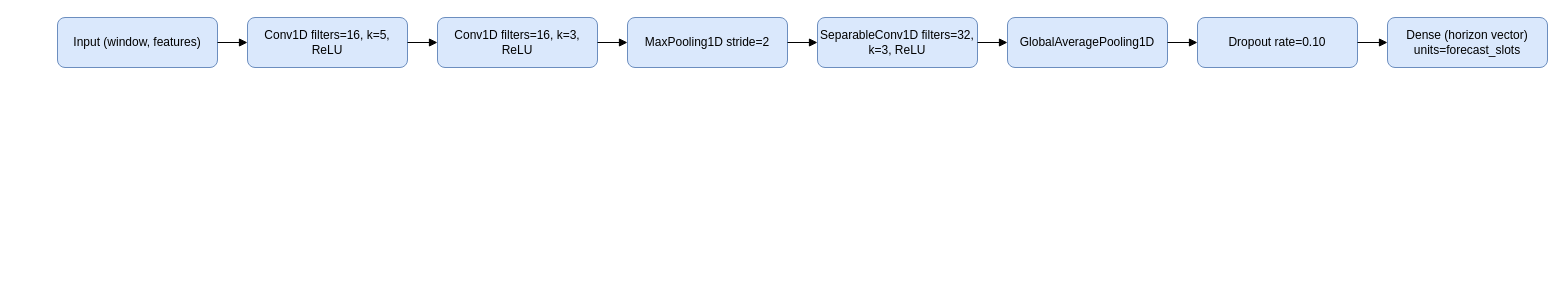
This is page "1D CNN Model" (7 of 9) of tinyml_home_weather_forecasting.drawio from rishi-latchmepersad/TinyML-Home-Weather-Forecasting, a draw.io file, before an edit. Source tidied: cells renumbered, new cells numbered last; positions are measured from the earlier drawing's top-left corner, leaving out a move shared by most shapes. Both pictures are drawn from the tidied source at 100%, with x=0, y=0 at pixel (57, 17).
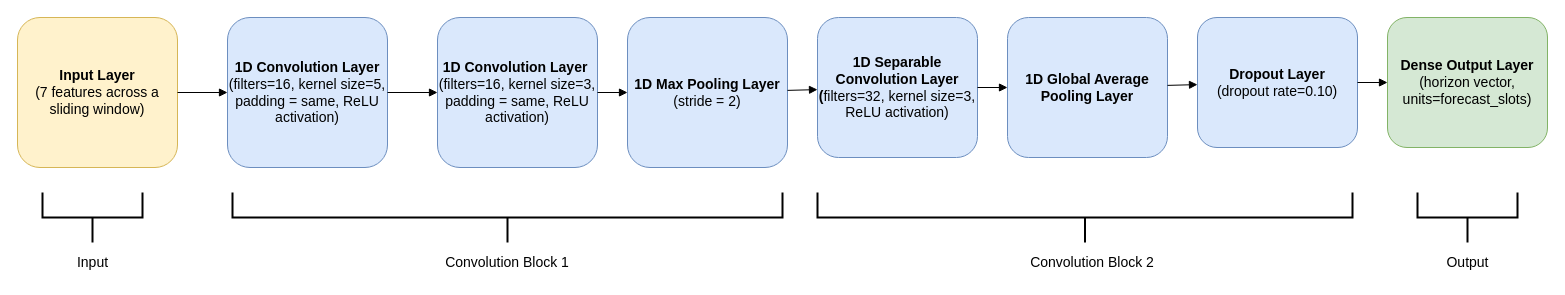
Above is the later version.

Change to the diagram source:
```diff
@@
-    <mxCell id="2" value="Input (window, features)" style="rounded=1;whiteSpace=wrap;html=1;fillColor=#dae8fc;strokeColor=#6c8ebf;" parent="1" vertex="1">
-      <mxGeometry width="160" height="50" as="geometry" />
+    <mxCell id="2" value="&lt;b&gt;Input Layer&lt;/b&gt;&lt;div&gt;(7 features across a sliding window)&lt;/div&gt;" style="rounded=1;whiteSpace=wrap;html=1;fillColor=#fff2cc;strokeColor=#d6b656;fontSize=14;" parent="1" vertex="1">
+      <mxGeometry x="-40" width="160" height="150" as="geometry" />
     </mxCell>
-    <mxCell id="3" value="Conv1D filters=16, k=5, ReLU" style="rounded=1;whiteSpace=wrap;html=1;fillColor=#dae8fc;strokeColor=#6c8ebf;" parent="1" vertex="1">
-      <mxGeometry x="190" width="160" height="50" as="geometry" />
+    <mxCell id="3" value="&lt;b&gt;1D Convolution Layer&lt;/b&gt; (filters=16, kernel size=5, padding = same, ReLU activation)" style="rounded=1;whiteSpace=wrap;html=1;fillColor=#dae8fc;strokeColor=#6c8ebf;fontSize=14;" parent="1" vertex="1">
+      <mxGeometry x="170" width="160" height="150" as="geometry" />
     </mxCell>
-    <mxCell id="4" value="Conv1D filters=16, k=3, ReLU" style="rounded=1;whiteSpace=wrap;html=1;fillColor=#dae8fc;strokeColor=#6c8ebf;" parent="1" vertex="1">
-      <mxGeometry x="380" width="160" height="50" as="geometry" />
+    <mxCell id="4" value="&lt;b&gt;1D Convolution Layer&lt;/b&gt;&amp;nbsp;&lt;div&gt;(filters=16, kernel size=3, padding = same, ReLU activation)&lt;/div&gt;" style="rounded=1;whiteSpace=wrap;html=1;fillColor=#dae8fc;strokeColor=#6c8ebf;fontSize=14;" parent="1" vertex="1">
+      <mxGeometry x="380" width="160" height="150" as="geometry" />
     </mxCell>
-    <mxCell id="5" value="MaxPooling1D stride=2" style="rounded=1;whiteSpace=wrap;html=1;fillColor=#dae8fc;strokeColor=#6c8ebf;" parent="1" vertex="1">
-      <mxGeometry x="570" width="160" height="50" as="geometry" />
+    <mxCell id="5" value="&lt;b&gt;1D Max Pooling Layer&lt;/b&gt;&lt;div&gt;(stride = 2)&lt;/div&gt;" style="rounded=1;whiteSpace=wrap;html=1;fillColor=#dae8fc;strokeColor=#6c8ebf;fontSize=14;" parent="1" vertex="1">
+      <mxGeometry x="570" width="160" height="150" as="geometry" />
     </mxCell>
-    <mxCell id="6" value="SeparableConv1D filters=32, k=3, ReLU" style="rounded=1;whiteSpace=wrap;html=1;fillColor=#dae8fc;strokeColor=#6c8ebf;" parent="1" vertex="1">
-      <mxGeometry x="760" width="160" height="50" as="geometry" />
+    <mxCell id="6" value="&lt;b&gt;1D Separable Convolution Layer (&lt;/b&gt;filters=32, kernel size=3, ReLU activation)" style="rounded=1;whiteSpace=wrap;html=1;fillColor=#dae8fc;strokeColor=#6c8ebf;fontSize=14;" parent="1" vertex="1">
+      <mxGeometry x="760" width="160" height="140" as="geometry" />
     </mxCell>
-    <mxCell id="7" value="GlobalAveragePooling1D" style="rounded=1;whiteSpace=wrap;html=1;fillColor=#dae8fc;strokeColor=#6c8ebf;" parent="1" vertex="1">
-      <mxGeometry x="950" width="160" height="50" as="geometry" />
+    <mxCell id="7" value="&lt;b&gt;1D Global Average Pooling Layer&lt;/b&gt;" style="rounded=1;whiteSpace=wrap;html=1;fillColor=#dae8fc;strokeColor=#6c8ebf;fontSize=14;" parent="1" vertex="1">
+      <mxGeometry x="950" width="160" height="140" as="geometry" />
     </mxCell>
-    <mxCell id="8" value="Dropout rate=0.10" style="rounded=1;whiteSpace=wrap;html=1;fillColor=#dae8fc;strokeColor=#6c8ebf;" parent="1" vertex="1">
-      <mxGeometry x="1140" width="160" height="50" as="geometry" />
+    <mxCell id="8" value="&lt;b&gt;Dropout Layer&lt;/b&gt;&lt;div&gt;(dropout rate=0.10)&lt;/div&gt;" style="rounded=1;whiteSpace=wrap;html=1;fillColor=#dae8fc;strokeColor=#6c8ebf;fontSize=14;" parent="1" vertex="1">
+      <mxGeometry x="1140" width="160" height="130" as="geometry" />
     </mxCell>
-    <mxCell id="9" value="Dense (horizon vector) units=forecast_slots" style="rounded=1;whiteSpace=wrap;html=1;fillColor=#dae8fc;strokeColor=#6c8ebf;" parent="1" vertex="1">
-      <mxGeometry x="1330" width="160" height="50" as="geometry" />
+    <mxCell id="9" value="&lt;b&gt;Dense Output Layer&lt;/b&gt;&lt;div&gt;(horizon vector, units=forecast_slots)&lt;/div&gt;" style="rounded=1;whiteSpace=wrap;html=1;fillColor=#d5e8d4;strokeColor=#82b366;fontSize=14;" parent="1" vertex="1">
+      <mxGeometry x="1330" width="160" height="130" as="geometry" />
     </mxCell>
@@
+    <mxCell id="17" style="strokeWidth=2;html=1;shape=mxgraph.flowchart.annotation_2;align=left;labelPosition=right;rotation=-90;" parent="1" vertex="1">
+      <mxGeometry x="10" y="150" width="50" height="100" as="geometry" />
+    </mxCell>
+    <mxCell id="18" value="Input" style="text;html=1;align=center;verticalAlign=middle;whiteSpace=wrap;rounded=0;fontSize=14;" parent="1" vertex="1">
+      <mxGeometry x="-7.5" y="230" width="85" height="30" as="geometry" />
+    </mxCell>
+    <mxCell id="19" style="strokeWidth=2;html=1;shape=mxgraph.flowchart.annotation_2;align=left;labelPosition=right;rotation=-90;" parent="1" vertex="1">
+      <mxGeometry x="425" y="-75" width="50" height="550" as="geometry" />
+    </mxCell>
+    <mxCell id="20" value="Convolution Block 1" style="text;html=1;align=center;verticalAlign=middle;whiteSpace=wrap;rounded=0;fontSize=14;" parent="1" vertex="1">
+      <mxGeometry x="386.2" y="230" width="127.5" height="30" as="geometry" />
+    </mxCell>
+    <mxCell id="21" style="strokeWidth=2;html=1;shape=mxgraph.flowchart.annotation_2;align=left;labelPosition=right;rotation=-90;" parent="1" vertex="1">
+      <mxGeometry x="1002.5" y="-67.5" width="50" height="535" as="geometry" />
+    </mxCell>
+    <mxCell id="22" value="Convolution Block 2" style="text;html=1;align=center;verticalAlign=middle;whiteSpace=wrap;rounded=0;fontSize=14;" parent="1" vertex="1">
+      <mxGeometry x="971.2" y="230" width="127.5" height="30" as="geometry" />
+    </mxCell>
+    <mxCell id="23" style="strokeWidth=2;html=1;shape=mxgraph.flowchart.annotation_2;align=left;labelPosition=right;rotation=-90;" parent="1" vertex="1">
+      <mxGeometry x="1385" y="150" width="50" height="100" as="geometry" />
+    </mxCell>
+    <mxCell id="24" value="Output" style="text;html=1;align=center;verticalAlign=middle;whiteSpace=wrap;rounded=0;fontSize=14;" parent="1" vertex="1">
+      <mxGeometry x="1367.5" y="230" width="85" height="30" as="geometry" />
+    </mxCell>
```
